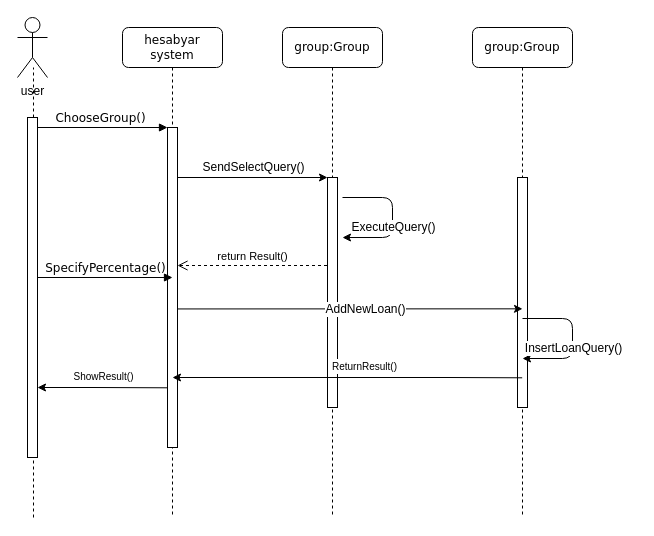
Before: Behavioral Modeling/Sequence Diagram/addnewloan.drawio in mahdighazanfari/hesabyar, a draw.io diagram. Source tidied: cells renumbered, new cells numbered last; positions are measured from the earlier drawing's top-left corner, leaving out a move shared by most shapes. Both pictures are drawn from the tidied source at 100%, with x=0, y=0 at pixel (17, 17).
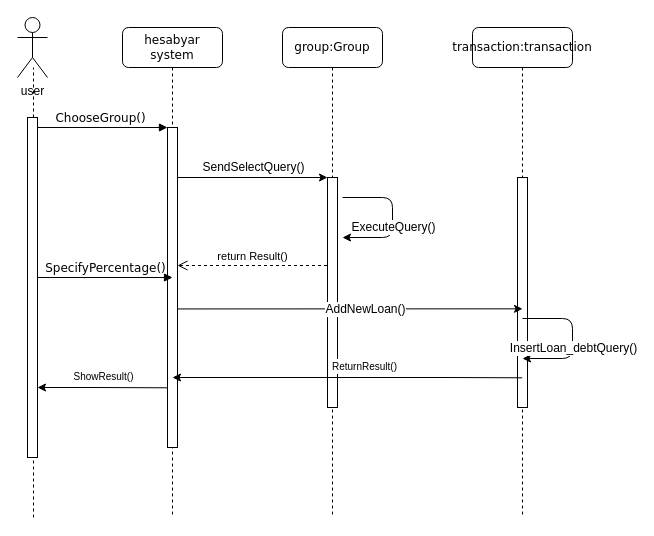
The same diagram, later.

The change refers to these unchanged cells:
```xml
<mxCell id="19" style="endArrow=classic;html=1;entryX=1.5;entryY=0.261;entryDx=0;entryDy=0;entryPerimeter=0;" parent="1" edge="1">
  <mxGeometry relative="1" as="geometry">
    <mxPoint x="505" y="301" as="sourcePoint" />
    <mxPoint x="505" y="341" as="targetPoint" />
    <Array as="points">
      <mxPoint x="555" y="301" />
      <mxPoint x="555" y="341" />
    </Array>
  </mxGeometry>
</mxCell>
```

Change to the diagram source:
```diff
@@
-    <mxCell id="17" value="group:Group" style="shape=umlLifeline;perimeter=lifelinePerimeter;whiteSpace=wrap;html=1;rounded=1;shadow=0;comic=0;labelBackgroundColor=none;strokeColor=#000000;strokeWidth=1;fillColor=#FFFFFF;fontFamily=Verdana;fontSize=12;fontColor=#000000;align=center;" parent="1" vertex="1">
+    <mxCell id="17" value="transaction:transaction" style="shape=umlLifeline;perimeter=lifelinePerimeter;whiteSpace=wrap;html=1;rounded=1;shadow=0;comic=0;labelBackgroundColor=none;strokeColor=#000000;strokeWidth=1;fillColor=#FFFFFF;fontFamily=Verdana;fontSize=12;fontColor=#000000;align=center;" parent="1" vertex="1">
       <mxGeometry x="455" y="10" width="100" height="490" as="geometry" />
     </mxCell>
@@
-    <mxCell id="20" value="InsertLoanQuery()" style="text;html=1;align=center;verticalAlign=middle;labelBackgroundColor=#ffffff;" parent="19" vertex="1">
+    <mxCell id="20" value="InsertLoan_debtQuery()" style="text;html=1;align=center;verticalAlign=middle;labelBackgroundColor=#ffffff;" parent="19" vertex="1">
       <mxGeometry x="0.13" relative="1" as="geometry" />
     </mxCell>
```
